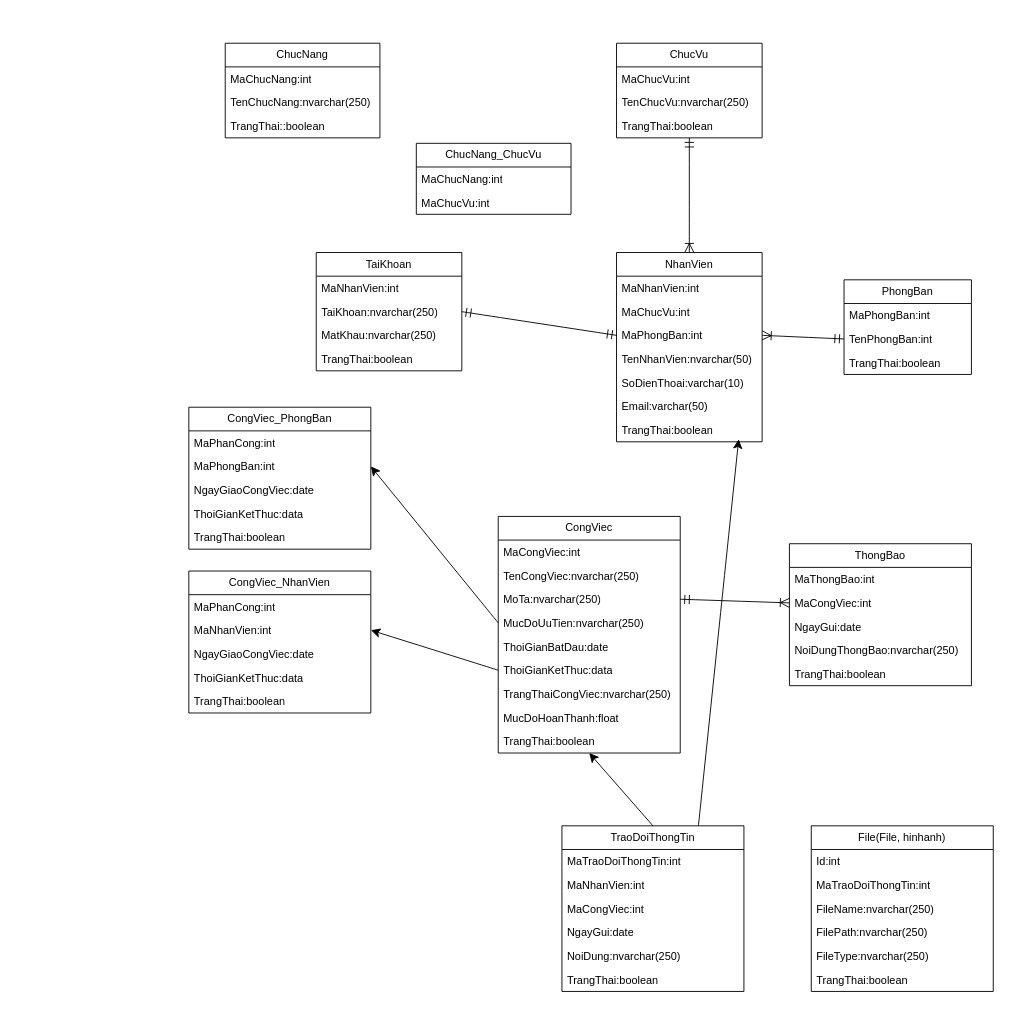
Before: j2ee.drawio in maivantai2003/vercelDemo, a draw.io diagram. Source tidied: cells renumbered, new cells numbered last; positions are measured from the earlier drawing's top-left corner, leaving out a move shared by most shapes. Both pictures are drawn from the tidied source at 91%, with x=0, y=0 at pixel (188, 43).
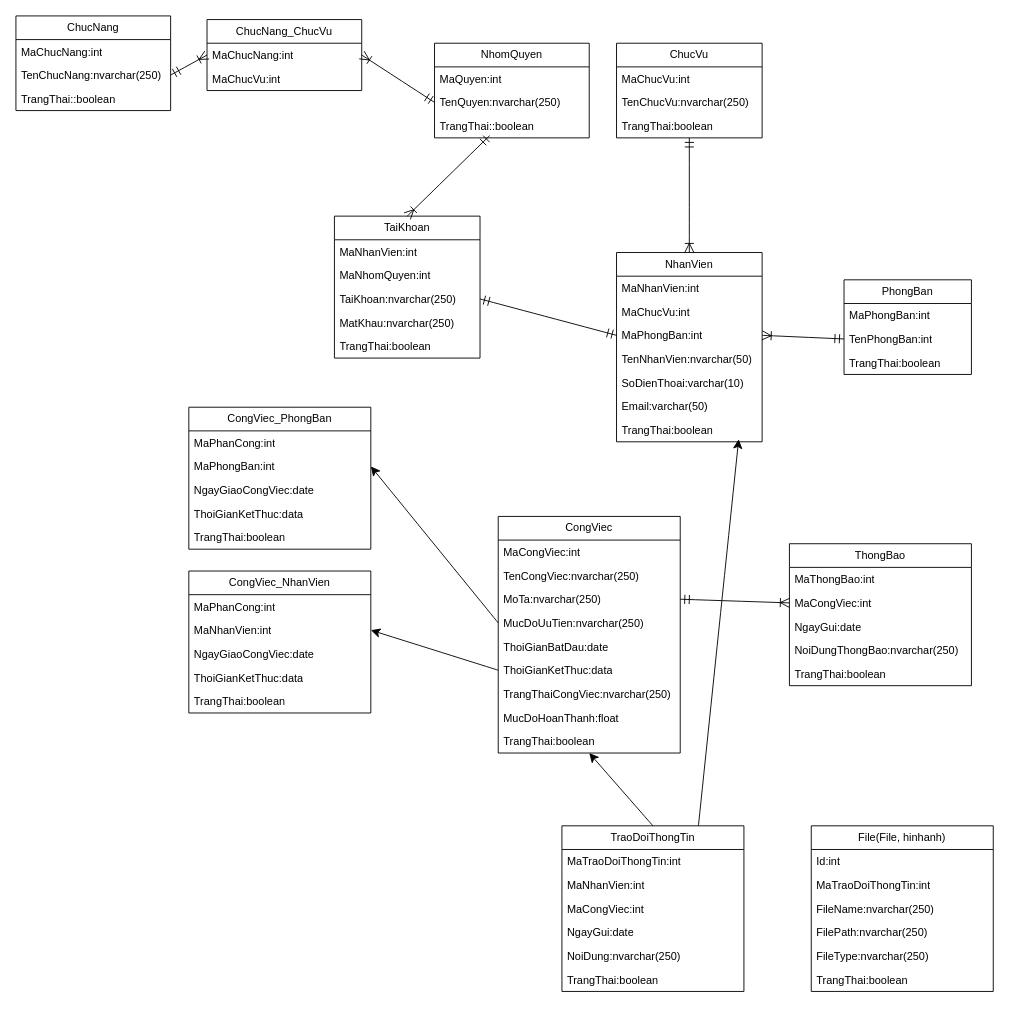
The same diagram, later.

The change refers to these unchanged cells:
```xml
<mxCell id="75" value="TenChucNang:nvarchar(250)" style="text;strokeColor=none;fillColor=none;align=left;verticalAlign=top;spacingLeft=4;spacingRight=4;overflow=hidden;points=[[0,0.5],[1,0.5]];portConstraint=eastwest;whiteSpace=wrap;html=1;" parent="73" vertex="1">
  <mxGeometry y="52" width="170" height="26" as="geometry" />
</mxCell>
<mxCell id="78" value="MaChucNang:int" style="text;strokeColor=none;fillColor=none;align=left;verticalAlign=top;spacingLeft=4;spacingRight=4;overflow=hidden;points=[[0,0.5],[1,0.5]];portConstraint=eastwest;whiteSpace=wrap;html=1;" parent="77" vertex="1">
  <mxGeometry y="26" width="170" height="26" as="geometry" />
</mxCell>
```

What changed in the source:
```diff
@@
     <mxCell id="2" value="TaiKhoan" style="swimlane;fontStyle=0;horizontal=1;startSize=26;fillColor=none;whiteSpace=wrap;html=1;" parent="1" vertex="1">
-      <mxGeometry x="140" y="230" width="160" height="130" as="geometry" />
+      <mxGeometry x="160" y="190" width="160" height="156" as="geometry" />
     </mxCell>
@@
+    <mxCell id="80" value="MaNhomQuyen:int" style="text;strokeColor=none;fillColor=none;align=left;verticalAlign=top;spacingLeft=4;spacingRight=4;overflow=hidden;whiteSpace=wrap;html=1;" parent="2" vertex="1">
+      <mxGeometry y="52" width="160" height="26" as="geometry" />
+    </mxCell>
     <mxCell id="4" value="TaiKhoan:nvarchar(250)" style="text;strokeColor=none;fillColor=none;align=left;verticalAlign=top;spacingLeft=4;spacingRight=4;overflow=hidden;points=[[0,0.5],[1,0.5]];portConstraint=eastwest;whiteSpace=wrap;html=1;" parent="2" vertex="1">
-      <mxGeometry y="52" width="160" height="26" as="geometry" />
+      <mxGeometry y="78" width="160" height="26" as="geometry" />
     </mxCell>
     <mxCell id="5" value="MatKhau:nvarchar(250)" style="text;strokeColor=none;fillColor=none;align=left;verticalAlign=top;spacingLeft=4;spacingRight=4;overflow=hidden;whiteSpace=wrap;html=1;" parent="2" vertex="1">
-      <mxGeometry y="78" width="160" height="26" as="geometry" />
+      <mxGeometry y="104" width="160" height="26" as="geometry" />
     </mxCell>
     <mxCell id="6" value="TrangThai:boolean" style="text;strokeColor=none;fillColor=none;align=left;verticalAlign=top;spacingLeft=4;spacingRight=4;overflow=hidden;whiteSpace=wrap;html=1;" parent="2" vertex="1">
-      <mxGeometry y="104" width="160" height="26" as="geometry" />
+      <mxGeometry y="130" width="160" height="26" as="geometry" />
     </mxCell>
@@
     <mxCell id="73" value="ChucNang" style="swimlane;fontStyle=0;horizontal=1;startSize=26;fillColor=none;whiteSpace=wrap;html=1;" parent="1" vertex="1">
-      <mxGeometry x="40" width="170" height="104" as="geometry" />
+      <mxGeometry x="-190" y="-30" width="170" height="104" as="geometry" />
     </mxCell>
@@
     <mxCell id="77" value="ChucNang_ChucVu" style="swimlane;fontStyle=0;horizontal=1;startSize=26;fillColor=none;whiteSpace=wrap;html=1;" parent="1" vertex="1">
-      <mxGeometry x="250" y="110" width="170" height="78" as="geometry" />
+      <mxGeometry x="20" y="-26" width="170" height="78" as="geometry" />
     </mxCell>
@@
+    <mxCell id="81" value="NhomQuyen" style="swimlane;fontStyle=0;horizontal=1;startSize=26;fillColor=none;whiteSpace=wrap;html=1;" parent="1" vertex="1">
+      <mxGeometry x="270" width="170" height="104" as="geometry" />
+    </mxCell>
+    <mxCell id="82" value="MaQuyen:int" style="text;strokeColor=none;fillColor=none;align=left;verticalAlign=top;spacingLeft=4;spacingRight=4;overflow=hidden;whiteSpace=wrap;html=1;" parent="81" vertex="1">
+      <mxGeometry y="26" width="170" height="26" as="geometry" />
+    </mxCell>
+    <mxCell id="83" value="TenQuyen:nvarchar(250)" style="text;strokeColor=none;fillColor=none;align=left;verticalAlign=top;spacingLeft=4;spacingRight=4;overflow=hidden;points=[[0,0.5],[1,0.5]];portConstraint=eastwest;whiteSpace=wrap;html=1;" parent="81" vertex="1">
+      <mxGeometry y="52" width="170" height="26" as="geometry" />
+    </mxCell>
+    <mxCell id="84" value="TrangThai::boolean" style="text;strokeColor=none;fillColor=none;align=left;verticalAlign=top;spacingLeft=4;spacingRight=4;overflow=hidden;points=[[0,0.5],[1,0.5]];portConstraint=eastwest;whiteSpace=wrap;html=1;" parent="81" vertex="1">
+      <mxGeometry y="78" width="170" height="26" as="geometry" />
+    </mxCell>
+    <mxCell id="85" style="edgeStyle=none;curved=1;rounded=0;jettySize=auto;html=1;exitX=1;exitY=0.5;exitDx=0;exitDy=0;entryX=0;entryY=0.5;entryDx=0;entryDy=0;fontSize=12;startSize=8;endSize=8;endArrow=ERoneToMany;endFill=0;startArrow=ERmandOne;startFill=0;" parent="1" edge="1" source="75" target="78">
+      <mxGeometry relative="1" as="geometry" />
+    </mxCell>
+    <mxCell id="86" style="edgeStyle=none;curved=1;rounded=0;jettySize=auto;html=1;exitX=1;exitY=0.5;exitDx=0;exitDy=0;entryX=0;entryY=0.5;entryDx=0;entryDy=0;fontSize=12;startSize=8;endSize=8;endArrow=ERmandOne;endFill=0;startArrow=ERoneToMany;startFill=0;" parent="1" edge="1" source="78" target="83">
+      <mxGeometry relative="1" as="geometry" />
+    </mxCell>
+    <mxCell id="87" style="edgeStyle=none;curved=1;rounded=0;jettySize=auto;html=1;exitX=0.5;exitY=0;exitDx=0;exitDy=0;entryX=0.356;entryY=0.908;entryDx=0;entryDy=0;entryPerimeter=0;fontSize=12;startSize=8;endSize=8;endArrow=ERmandOne;endFill=0;startArrow=ERoneToMany;startFill=0;" parent="1" edge="1" source="2" target="84">
+      <mxGeometry relative="1" as="geometry" />
+    </mxCell>
```
